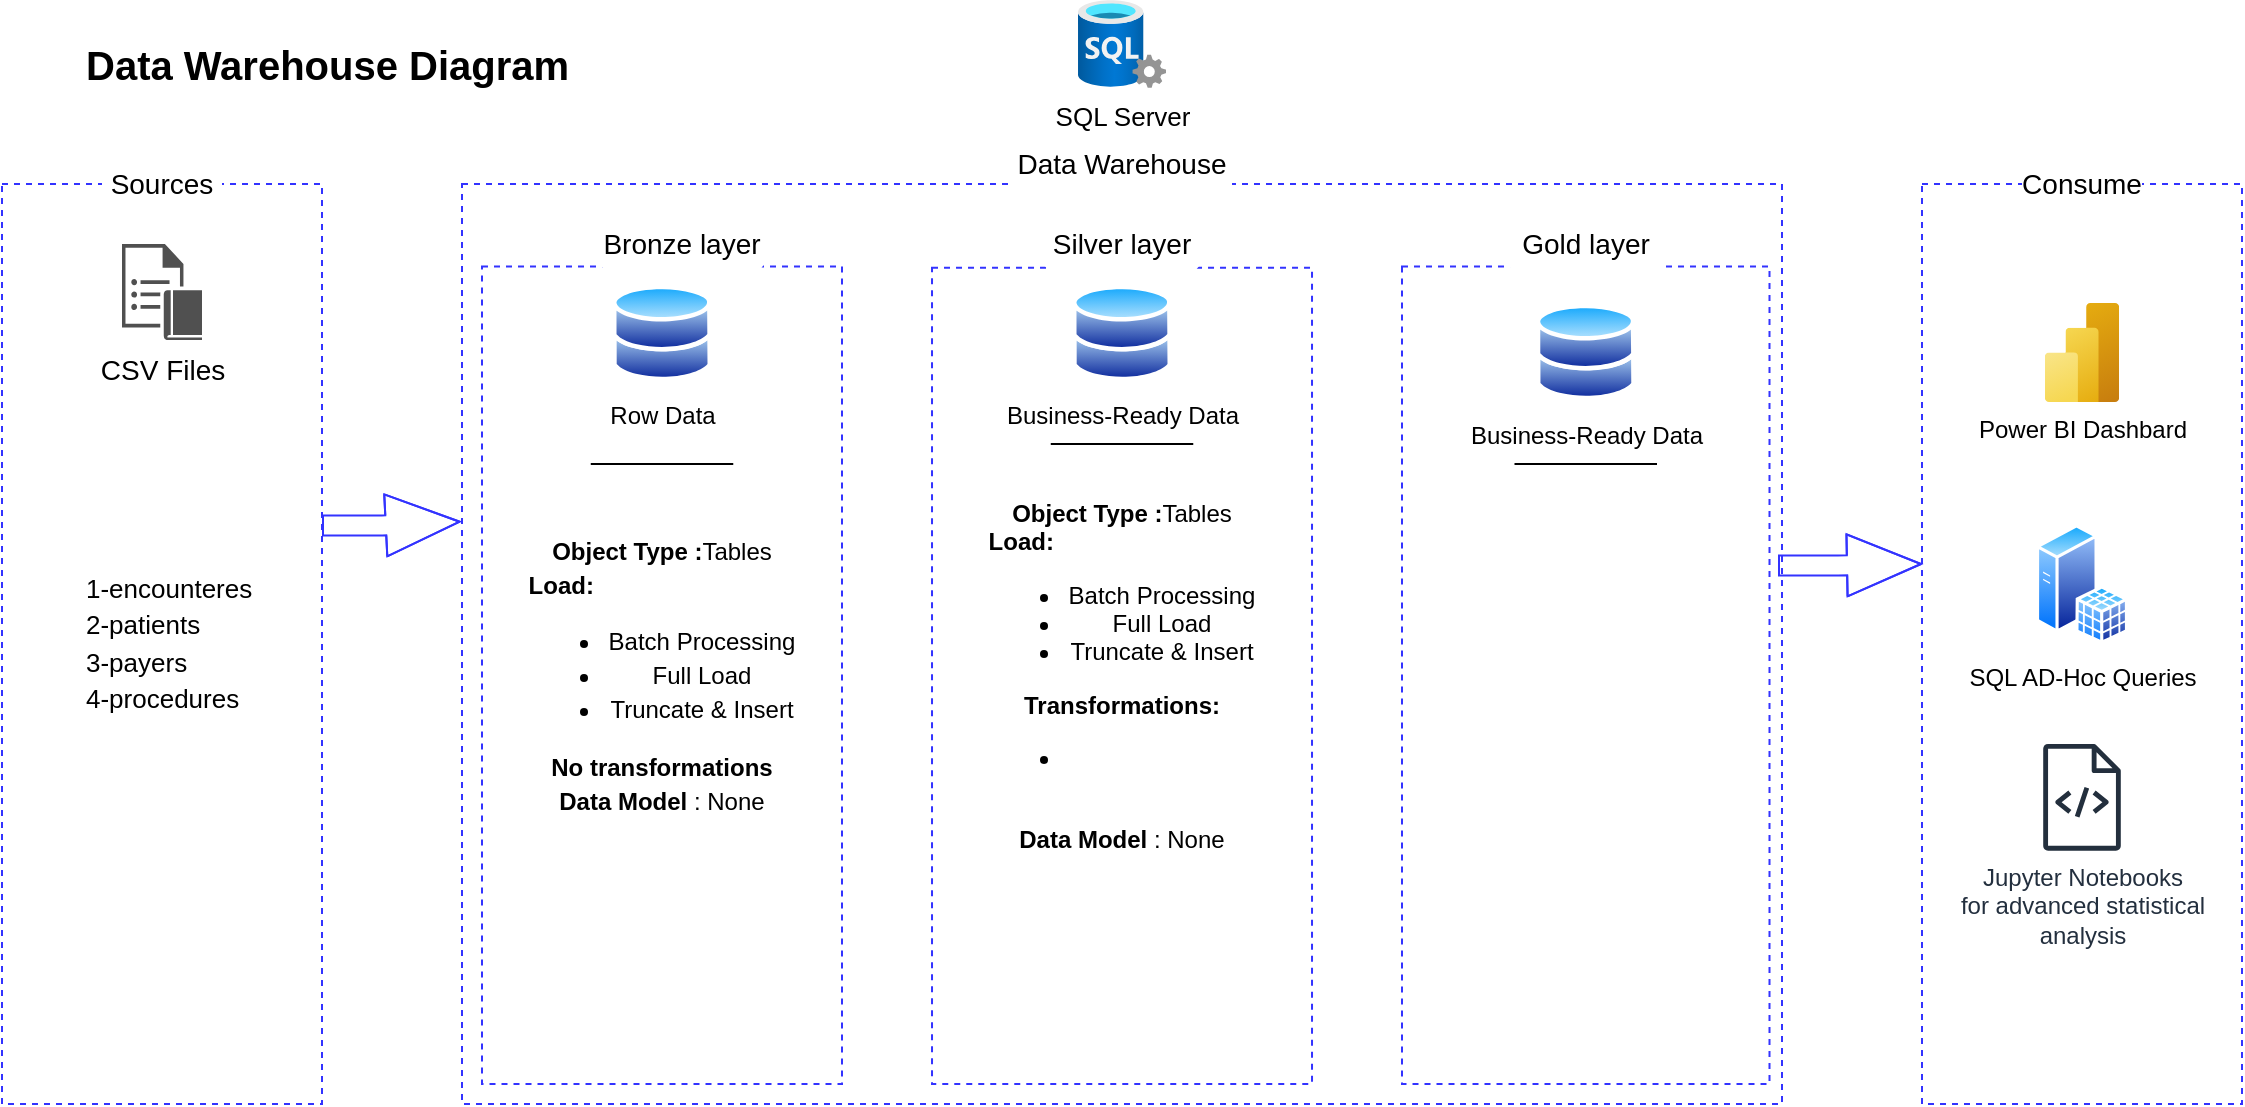
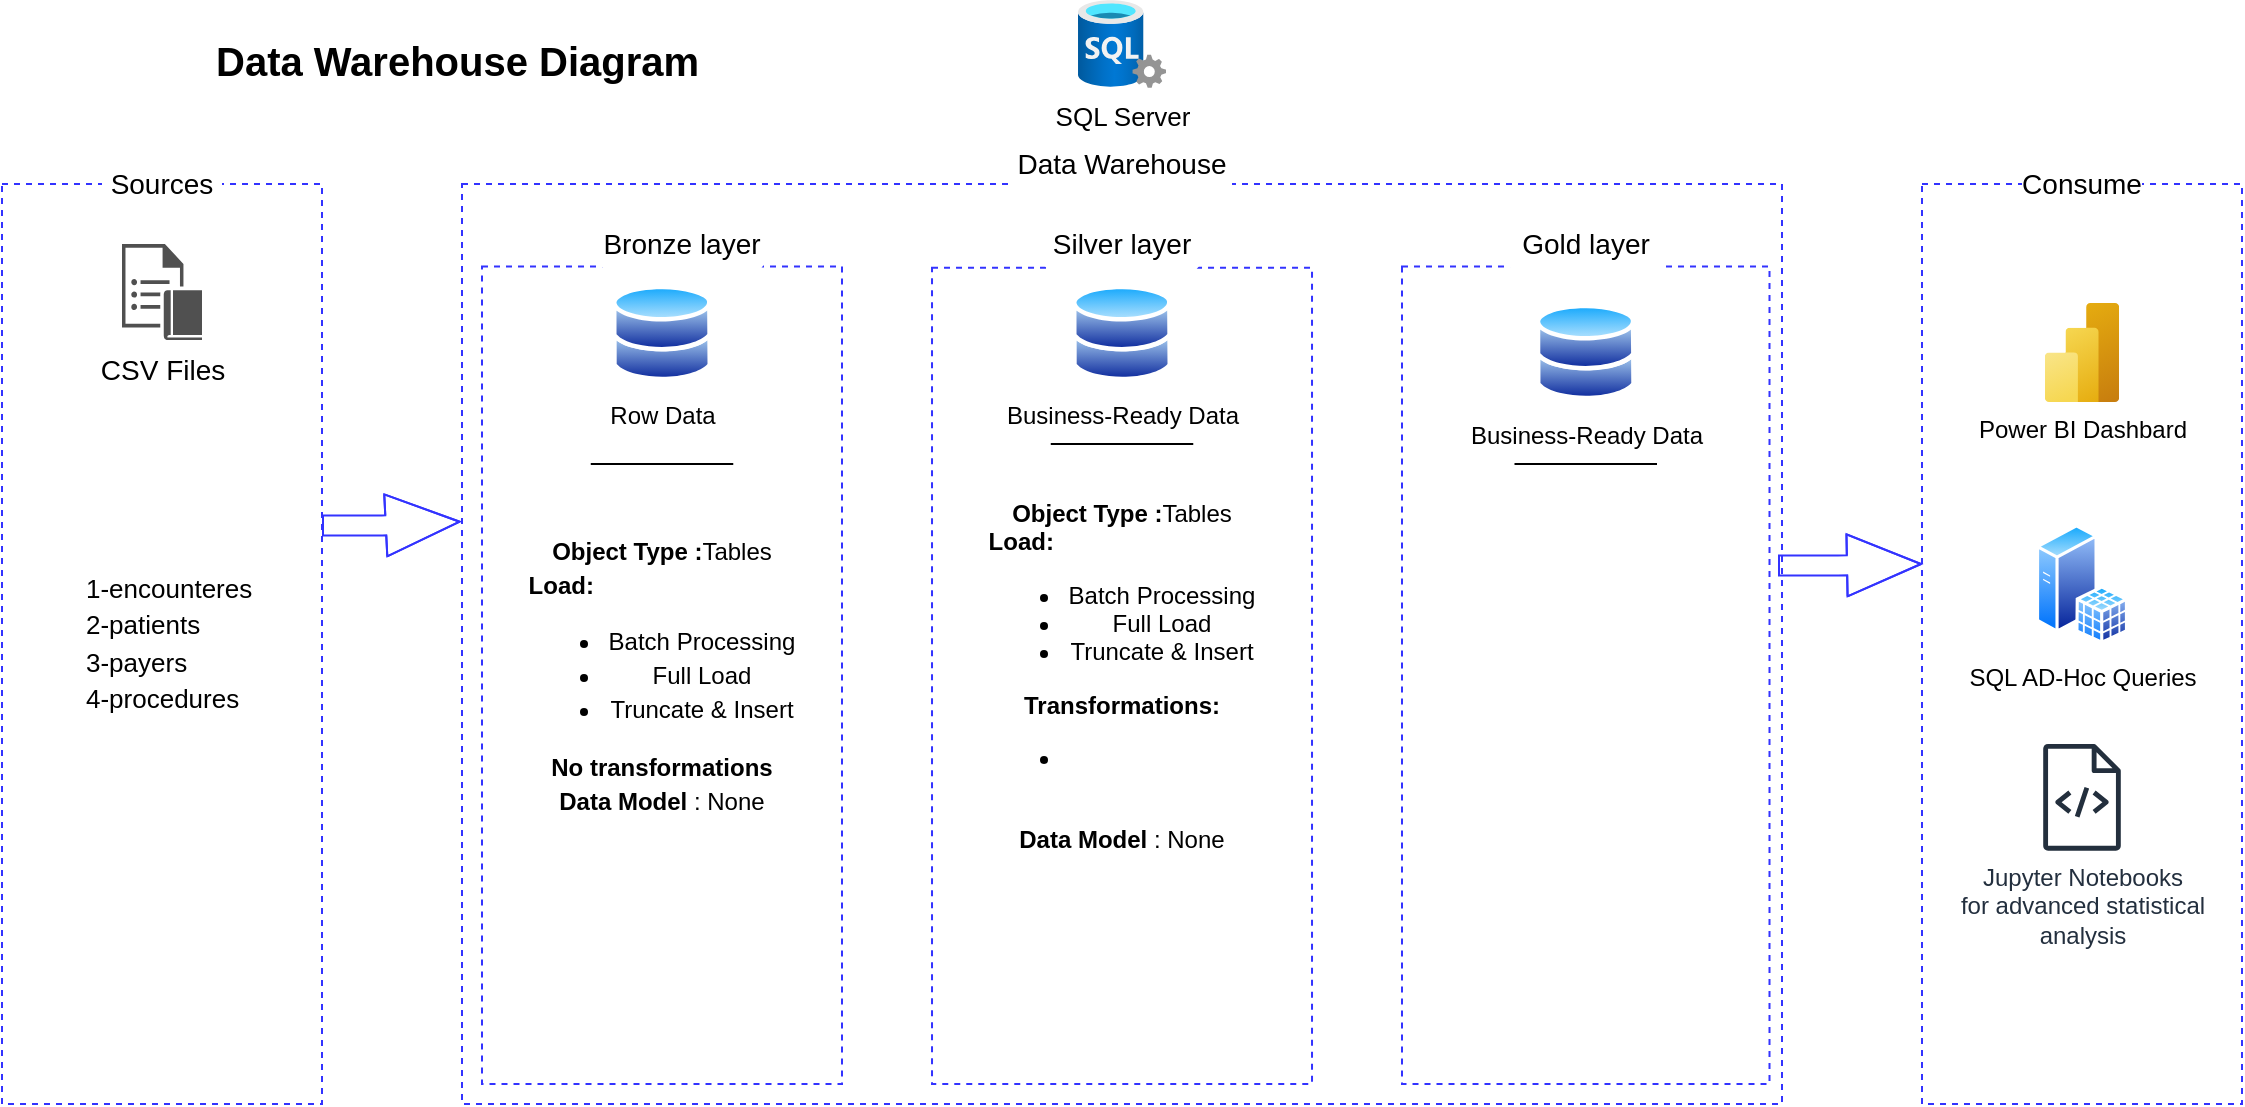
<mxfile host="Electron">
  <diagram name="Page-1" id="UbUbW4loJ-hohdS9yQjv">
-     <mxGraphModel dx="1012" dy="622" grid="1" gridSize="10" guides="1" tooltips="1" connect="1" arrows="1" fold="1" page="1" pageScale="1" pageWidth="850" pageHeight="1100" math="0" shadow="0">
+     <mxGraphModel dx="1203" dy="756" grid="1" gridSize="10" guides="1" tooltips="1" connect="1" arrows="1" fold="1" page="1" pageScale="1" pageWidth="850" pageHeight="1100" math="0" shadow="0">
      <root>
        <mxCell id="0" />
        <mxCell id="1" parent="0" />
        <mxCell id="iJWMpoN-Rv8XzKErLbMr-14" parent="1" style="rounded=0;whiteSpace=wrap;html=1;fillColor=none;dashed=1;strokeColor=#3333FF;" value="" vertex="1">
          <mxGeometry height="460" width="660" x="230" y="120" as="geometry" />
        </mxCell>
        <mxCell id="iJWMpoN-Rv8XzKErLbMr-10" parent="1" style="rounded=0;whiteSpace=wrap;html=1;fillColor=default;dashed=1;strokeColor=#3333FF;" value="&lt;div style=&quot;line-height: 140%;&quot;&gt;&lt;font&gt;&lt;b&gt;Object Type :&lt;/b&gt;Tables&lt;/font&gt;&lt;div style=&quot;text-align: left;&quot;&gt;&lt;b&gt;&lt;font&gt;Load:&lt;/font&gt;&lt;/b&gt;&lt;/div&gt;&lt;div&gt;&lt;ul&gt;&lt;li&gt;&lt;font&gt;Batch Processing&lt;/font&gt;&lt;/li&gt;&lt;li&gt;&lt;font&gt;Full Load&lt;/font&gt;&lt;/li&gt;&lt;li&gt;&lt;font&gt;Truncate &amp;amp; Insert&lt;/font&gt;&lt;/li&gt;&lt;/ul&gt;&lt;/div&gt;&lt;div&gt;&lt;b&gt;&lt;font&gt;No transformations&lt;/font&gt;&lt;/b&gt;&lt;/div&gt;&lt;div&gt;&lt;font&gt;&lt;b&gt;Data Model&lt;/b&gt; : None&lt;/font&gt;&lt;/div&gt;&lt;/div&gt;" vertex="1">
          <mxGeometry height="408.75" width="180" x="240" y="161.25" as="geometry" />
        </mxCell>
        <mxCell id="iJWMpoN-Rv8XzKErLbMr-1" parent="1" style="rounded=0;whiteSpace=wrap;html=1;fillColor=default;dashed=1;strokeColor=#3333FF;align=left;" value="&lt;blockquote style=&quot;margin: 0px 0px 0px 40px; border: none; padding: 0px; line-height: 150%;&quot;&gt;&lt;font style=&quot;font-size: 13px; line-height: 140%;&quot;&gt;&lt;span style=&quot;background-color: transparent; color: light-dark(rgb(0, 0, 0), rgb(255, 255, 255));&quot;&gt;1-encounteres&lt;br&gt;&lt;/span&gt;&lt;span style=&quot;background-color: transparent; color: light-dark(rgb(0, 0, 0), rgb(255, 255, 255));&quot;&gt;2-patients&lt;br&gt;&lt;/span&gt;&lt;span style=&quot;background-color: transparent; color: light-dark(rgb(0, 0, 0), rgb(255, 255, 255));&quot;&gt;3-payers&lt;br&gt;&lt;/span&gt;&lt;span style=&quot;background-color: transparent; color: light-dark(rgb(0, 0, 0), rgb(255, 255, 255));&quot;&gt;4-procedures&lt;/span&gt;&lt;/font&gt;&lt;/blockquote&gt;" vertex="1">
          <mxGeometry height="460" width="160" y="120" as="geometry" />
        </mxCell>
        <mxCell id="iJWMpoN-Rv8XzKErLbMr-2" parent="1" style="rounded=1;whiteSpace=wrap;html=1;fillColor=default;strokeColor=none;" value="&lt;font style=&quot;font-size: 14px;&quot;&gt;Sources&lt;/font&gt;" vertex="1">
          <mxGeometry height="40" width="60" x="50" y="100" as="geometry" />
        </mxCell>
        <mxCell id="iJWMpoN-Rv8XzKErLbMr-4" parent="1" style="rounded=1;whiteSpace=wrap;html=1;fillColor=default;strokeColor=none;" value="&lt;font style=&quot;font-size: 14px;&quot;&gt;Data Warehouse&lt;/font&gt;" vertex="1">
          <mxGeometry height="40" width="110" x="505" y="90" as="geometry" />
        </mxCell>
        <mxCell id="iJWMpoN-Rv8XzKErLbMr-7" parent="1" style="rounded=0;whiteSpace=wrap;html=1;fillColor=default;dashed=1;strokeColor=#3333FF;" value="" vertex="1">
          <mxGeometry height="460" width="160" x="960" y="120" as="geometry" />
        </mxCell>
        <mxCell id="iJWMpoN-Rv8XzKErLbMr-8" parent="1" style="rounded=1;whiteSpace=wrap;html=1;fillColor=default;strokeColor=none;arcSize=48;" value="&lt;font style=&quot;font-size: 14px;&quot;&gt;Consume&lt;/font&gt;" vertex="1">
          <mxGeometry height="40" width="60" x="1010.01" y="100" as="geometry" />
        </mxCell>
        <mxCell id="iJWMpoN-Rv8XzKErLbMr-11" parent="1" style="rounded=1;whiteSpace=wrap;html=1;fillColor=default;strokeColor=none;arcSize=50;" value="&lt;span style=&quot;font-size: 14px;&quot;&gt;Bronze layer&lt;/span&gt;" vertex="1">
          <mxGeometry height="40" width="87.5" x="296.25" y="130" as="geometry" />
        </mxCell>
        <mxCell id="iJWMpoN-Rv8XzKErLbMr-12" parent="1" style="rounded=0;whiteSpace=wrap;html=1;fillColor=default;dashed=1;strokeColor=#3333FF;" value="&lt;b&gt;Object Type :&lt;/b&gt;Tables&lt;div style=&quot;text-align: left;&quot;&gt;&lt;b&gt;Load:&lt;/b&gt;&lt;/div&gt;&lt;div&gt;&lt;ul&gt;&lt;li&gt;Batch Processing&lt;/li&gt;&lt;li&gt;Full Load&lt;/li&gt;&lt;li&gt;Truncate &amp;amp; Insert&lt;/li&gt;&lt;/ul&gt;&lt;/div&gt;&lt;div&gt;&lt;b&gt;Transformations:&lt;/b&gt;&lt;/div&gt;&lt;div&gt;&lt;ul&gt;&lt;li&gt;&lt;br&gt;&lt;/li&gt;&lt;/ul&gt;&lt;/div&gt;&lt;div&gt;&lt;b&gt;&lt;br&gt;&lt;/b&gt;&lt;/div&gt;&lt;div&gt;&lt;b&gt;Data Model&lt;/b&gt;&amp;nbsp;: None&lt;/div&gt;" vertex="1">
          <mxGeometry height="408.12" width="190" x="465.01" y="161.88" as="geometry" />
        </mxCell>
        <mxCell id="iJWMpoN-Rv8XzKErLbMr-13" parent="1" style="rounded=1;whiteSpace=wrap;html=1;fillColor=default;strokeColor=none;arcSize=50;" value="&lt;font style=&quot;font-size: 14px;&quot;&gt;Silver layer&lt;/font&gt;" vertex="1">
          <mxGeometry height="40" width="83.75" x="518.13" y="130" as="geometry" />
        </mxCell>
        <mxCell id="iJWMpoN-Rv8XzKErLbMr-17" parent="1" style="sketch=0;pointerEvents=1;shadow=0;dashed=0;html=1;strokeColor=none;fillColor=#505050;labelPosition=center;verticalLabelPosition=bottom;verticalAlign=top;outlineConnect=0;align=center;shape=mxgraph.office.communications.journaling_rule;fontSize=14;" value="CSV Files" vertex="1">
          <mxGeometry height="48" width="40" x="60" y="150" as="geometry" />
        </mxCell>
        <mxCell id="iJWMpoN-Rv8XzKErLbMr-26" parent="1" style="image;aspect=fixed;perimeter=ellipsePerimeter;html=1;align=center;shadow=0;dashed=0;spacingTop=3;image=img/lib/active_directory/databases.svg;" value="Row Data" vertex="1">
          <mxGeometry height="49" width="50" x="305" y="170" as="geometry" />
        </mxCell>
        <mxCell id="iJWMpoN-Rv8XzKErLbMr-27" parent="1" style="image;aspect=fixed;perimeter=ellipsePerimeter;html=1;align=center;shadow=0;dashed=0;spacingTop=3;image=img/lib/active_directory/databases.svg;" value="Business-Ready Data" vertex="1">
          <mxGeometry height="49" width="50" x="535" y="170" as="geometry" />
        </mxCell>
        <mxCell id="iJWMpoN-Rv8XzKErLbMr-38" edge="1" parent="1" style="shape=flexArrow;endArrow=classic;html=1;rounded=0;startSize=0;endSize=12;strokeWidth=1;entryX=-0.001;entryY=0.367;entryDx=0;entryDy=0;entryPerimeter=0;strokeColor=#3333FF;" target="iJWMpoN-Rv8XzKErLbMr-14" value="">
          <mxGeometry height="50" relative="1" width="50" as="geometry">
            <Array as="points">
              <mxPoint x="180" y="290.75" />
              <mxPoint x="190" y="290.75" />
            </Array>
            <mxPoint x="160" y="290.75" as="sourcePoint" />
            <mxPoint x="230" y="290.75" as="targetPoint" />
          </mxGeometry>
        </mxCell>
        <mxCell id="iJWMpoN-Rv8XzKErLbMr-45" edge="1" parent="1" style="endArrow=none;html=1;rounded=0;" value="">
          <mxGeometry height="50" relative="1" width="50" as="geometry">
            <Array as="points">
              <mxPoint x="318.13" y="260" />
              <mxPoint x="338.13" y="260" />
            </Array>
            <mxPoint x="294.38" y="260" as="sourcePoint" />
            <mxPoint x="365.63" y="260" as="targetPoint" />
          </mxGeometry>
        </mxCell>
        <mxCell id="iJWMpoN-Rv8XzKErLbMr-47" edge="1" parent="1" style="endArrow=none;html=1;rounded=0;" value="">
          <mxGeometry height="50" relative="1" width="50" as="geometry">
            <Array as="points">
              <mxPoint x="548.13" y="250" />
              <mxPoint x="568.13" y="250" />
            </Array>
            <mxPoint x="524.38" y="250" as="sourcePoint" />
            <mxPoint x="595.63" y="250" as="targetPoint" />
          </mxGeometry>
        </mxCell>
        <mxCell id="iJWMpoN-Rv8XzKErLbMr-51" parent="1" style="image;aspect=fixed;html=1;points=[];align=center;fontSize=12;image=img/lib/azure2/analytics/Power_BI_Embedded.svg;" value="Power BI Dashbard" vertex="1">
          <mxGeometry height="49.5" width="37.13" x="1021.44" y="179.5" as="geometry" />
        </mxCell>
        <mxCell id="iJWMpoN-Rv8XzKErLbMr-52" parent="1" style="image;aspect=fixed;perimeter=ellipsePerimeter;html=1;align=center;shadow=0;dashed=0;spacingTop=3;image=img/lib/active_directory/sql_server.svg;" value="SQL AD-Hoc Queries" vertex="1">
          <mxGeometry height="60" width="46.2" x="1016.9100000000001" y="290" as="geometry" />
        </mxCell>
        <mxCell id="iJWMpoN-Rv8XzKErLbMr-54" parent="1" style="sketch=0;outlineConnect=0;fontColor=#232F3E;gradientColor=none;fillColor=#232F3D;strokeColor=none;dashed=0;verticalLabelPosition=bottom;verticalAlign=top;align=center;html=1;fontSize=12;fontStyle=0;aspect=fixed;pointerEvents=1;shape=mxgraph.aws4.source_code;" value="Jupyter Notebooks&lt;div&gt;for advanced statistical&lt;/div&gt;&lt;div&gt;&amp;nbsp;analysis&amp;nbsp;&lt;/div&gt;" vertex="1">
          <mxGeometry height="53.34" width="38.98" x="1020.51" y="400" as="geometry" />
        </mxCell>
        <mxCell id="A7MFfKRfLFn7DLCYqxPX-1" parent="1" style="rounded=0;whiteSpace=wrap;html=1;align=left;fillColor=none;strokeColor=none;" value="&lt;b&gt;&lt;font style=&quot;font-size: 20px;&quot;&gt;Data Warehouse Diagram&lt;/font&gt;&lt;/b&gt;" vertex="1">
-           <mxGeometry height="60" width="360" x="40" y="30" as="geometry" />
+           <mxGeometry height="60" width="360" x="105.01" y="28" as="geometry" />
        </mxCell>
        <mxCell id="A7MFfKRfLFn7DLCYqxPX-3" edge="1" parent="1" style="shape=flexArrow;endArrow=classic;html=1;rounded=0;startSize=0;endSize=12;strokeWidth=1;entryX=0.003;entryY=0.415;entryDx=0;entryDy=0;entryPerimeter=0;strokeColor=#3333FF;" value="">
          <mxGeometry height="50" relative="1" width="50" as="geometry">
            <Array as="points">
              <mxPoint x="908" y="310.75" />
              <mxPoint x="918" y="310.75" />
            </Array>
            <mxPoint x="888" y="310.75" as="sourcePoint" />
            <mxPoint x="960" y="310" as="targetPoint" />
          </mxGeometry>
        </mxCell>
        <mxCell id="A7MFfKRfLFn7DLCYqxPX-4" parent="1" style="rounded=0;whiteSpace=wrap;html=1;fillColor=default;dashed=1;strokeColor=#3333FF;" value="" vertex="1">
          <mxGeometry height="408.75" width="183.75" x="700" y="161.25" as="geometry" />
        </mxCell>
        <mxCell id="A7MFfKRfLFn7DLCYqxPX-5" parent="1" style="image;aspect=fixed;perimeter=ellipsePerimeter;html=1;align=center;shadow=0;dashed=0;spacingTop=3;image=img/lib/active_directory/databases.svg;" value="Business-Ready Data" vertex="1">
          <mxGeometry height="49" width="50" x="766.88" y="179.5" as="geometry" />
        </mxCell>
        <mxCell id="A7MFfKRfLFn7DLCYqxPX-6" edge="1" parent="1" style="endArrow=none;html=1;rounded=0;" value="">
          <mxGeometry height="50" relative="1" width="50" as="geometry">
            <Array as="points">
              <mxPoint x="800" y="260" />
            </Array>
            <mxPoint x="756.25" y="260" as="sourcePoint" />
            <mxPoint x="827.5" y="260" as="targetPoint" />
          </mxGeometry>
        </mxCell>
        <mxCell id="A7MFfKRfLFn7DLCYqxPX-7" parent="1" style="rounded=1;whiteSpace=wrap;html=1;fillColor=default;strokeColor=none;arcSize=50;" value="&lt;font style=&quot;font-size: 14px;&quot;&gt;Gold layer&lt;/font&gt;" vertex="1">
          <mxGeometry height="40" width="83.75" x="750" y="130" as="geometry" />
        </mxCell>
        <mxCell id="A7MFfKRfLFn7DLCYqxPX-8" parent="1" style="image;aspect=fixed;html=1;points=[];align=center;fontSize=12;image=img/lib/azure2/databases/SQL_Server.svg;" value="&lt;font style=&quot;font-size: 13px;&quot;&gt;SQL Server&lt;/font&gt;" vertex="1">
          <mxGeometry height="44" width="44" x="538.01" y="28" as="geometry" />
        </mxCell>
      </root>
    </mxGraphModel>
  </diagram>
</mxfile>
